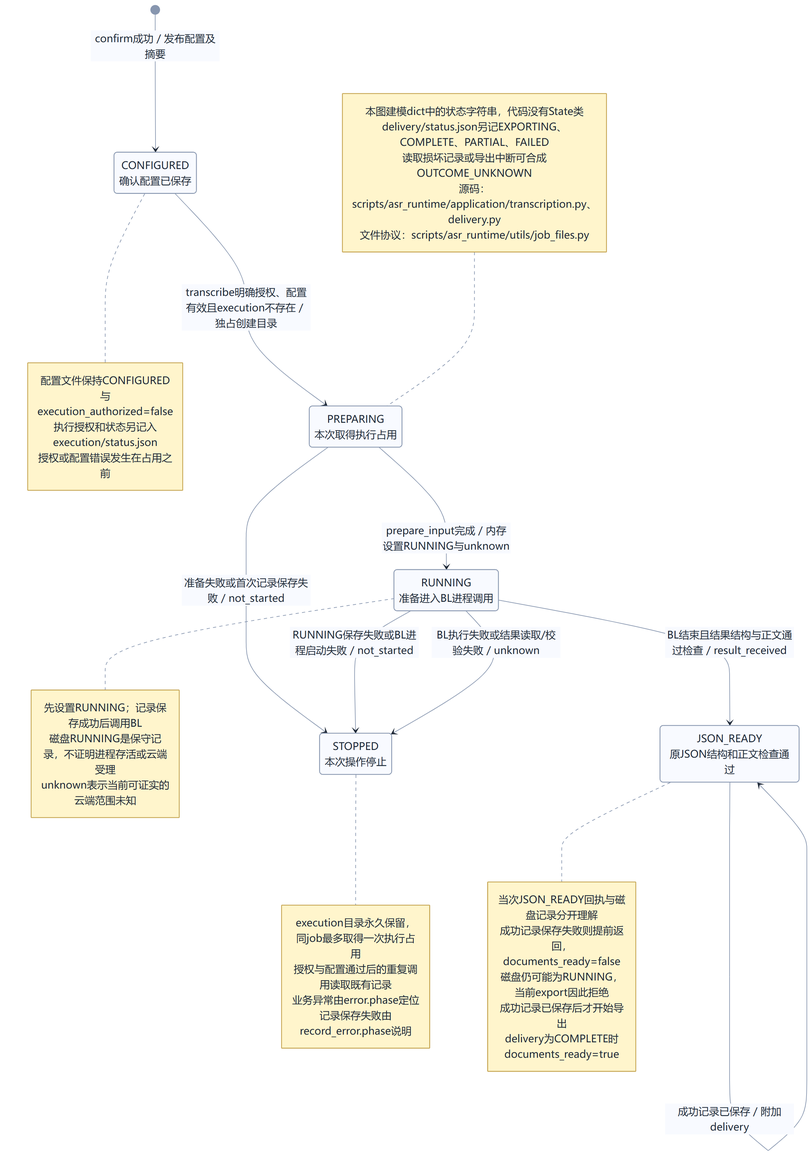
hx101700/asr-agent keeps this Mermaid diagram as doc/uml/07-state.png. Above is the earlier version. Its source is kept beside it as doc/uml/07-state.mmd.
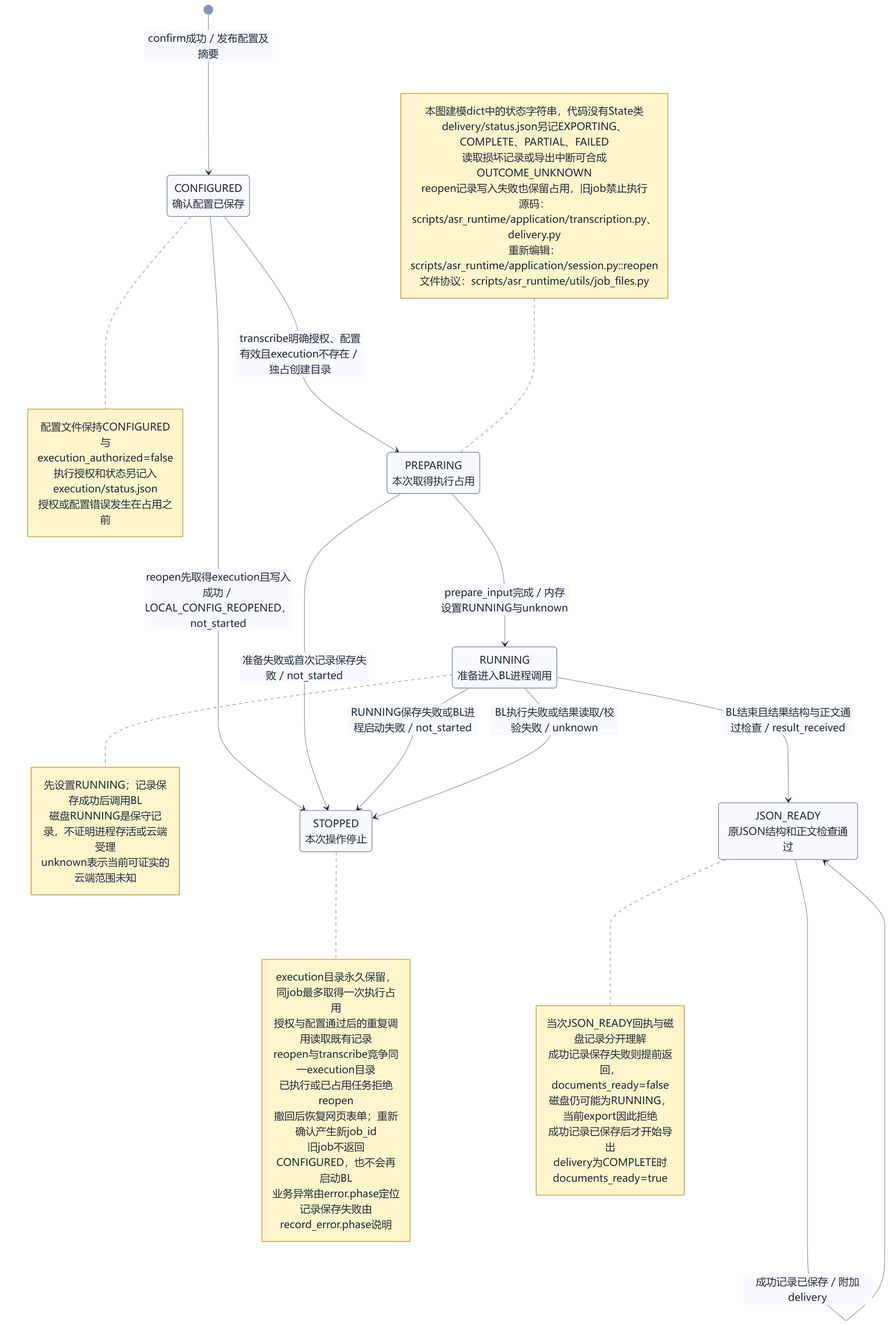
Later version of the same file.

Change to the diagram source:
```diff
@@ -7,6 +7,7 @@
 state "JSON_READY<br/>原JSON结构和正文检查通过" as JsonReady
 [*] --> Configured : confirm成功 / 发布配置及摘要
 Configured --> Preparing : transcribe明确授权、配置有效且execution不存在 / 独占创建目录
+Configured --> Stopped : reopen先取得execution且写入成功 / LOCAL_CONFIG_REOPENED，not_started
 Preparing --> Running : prepare_input完成 / 内存设置RUNNING与unknown
 Preparing --> Stopped : 准备失败或首次记录保存失败 / not_started
 Running --> Stopped : RUNNING保存失败或BL进程启动失败 / not_started
@@ -26,6 +27,10 @@
 note right of Stopped
   execution目录永久保留，同job最多取得一次执行占用
   授权与配置通过后的重复调用读取既有记录
+  reopen与transcribe竞争同一execution目录
+  已执行或已占用任务拒绝reopen
+  撤回后恢复网页表单；重新确认产生新job_id
+  旧job不返回CONFIGURED，也不会再启动BL
   业务异常由error.phase定位
   记录保存失败由record_error.phase说明
 end note
@@ -40,6 +45,8 @@
   本图建模dict中的状态字符串，代码没有State类
   delivery/status.json另记EXPORTING、COMPLETE、PARTIAL、FAILED
   读取损坏记录或导出中断可合成OUTCOME_UNKNOWN
+  reopen记录写入失败也保留占用，旧job禁止执行
   源码：scripts/asr_runtime/application/transcription.py、delivery.py
+  重新编辑：scripts/asr_runtime/application/session.py::reopen
   文件协议：scripts/asr_runtime/utils/job_files.py
 end note
```
